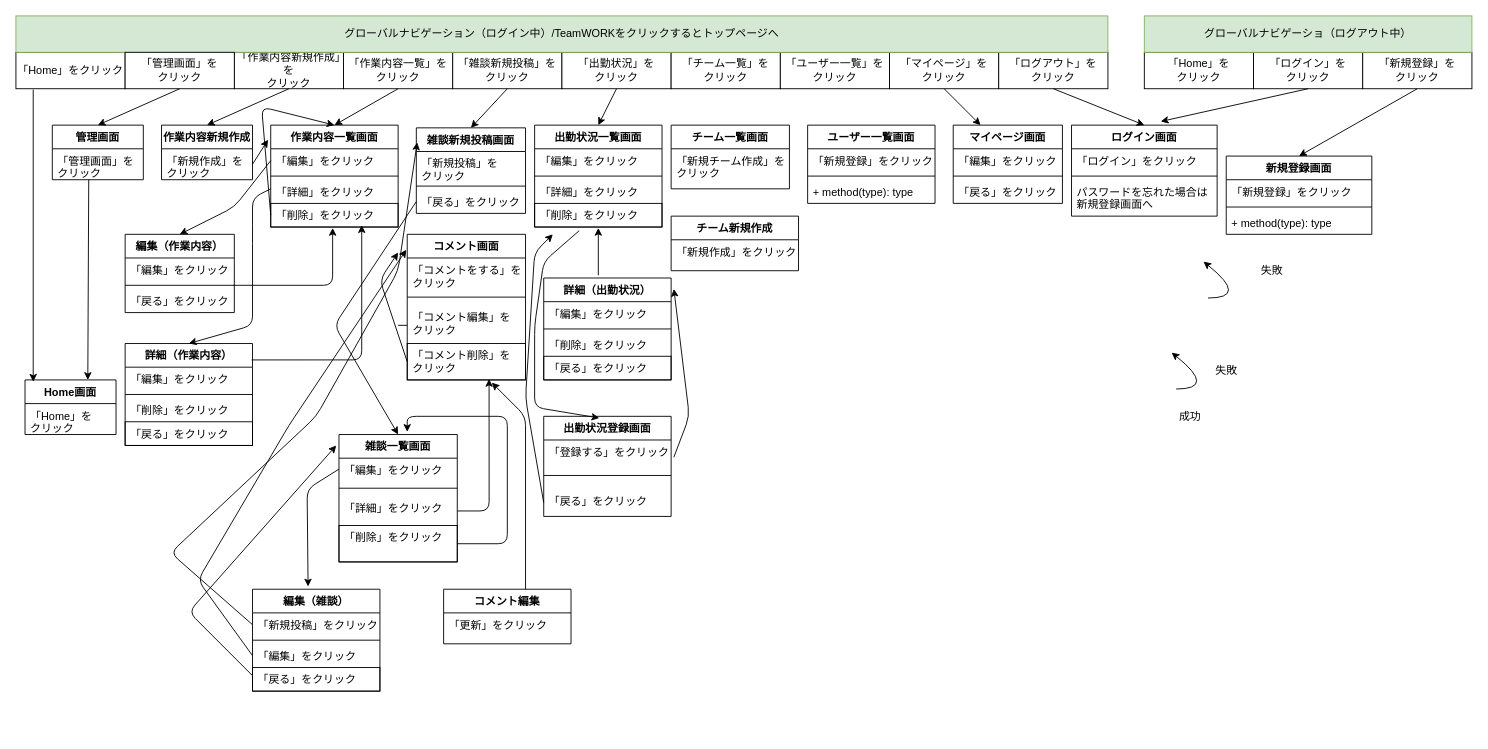
This is Untitled Diagram.drawio from Yumiko777/achieve, a draw.io file, before an edit. Source tidied: cells renumbered, new cells numbered last; positions are measured from the earlier drawing's top-left corner, leaving out a move shared by most shapes. Both pictures are drawn from the tidied source at 91%, with x=0, y=0 at pixel (15, 15).
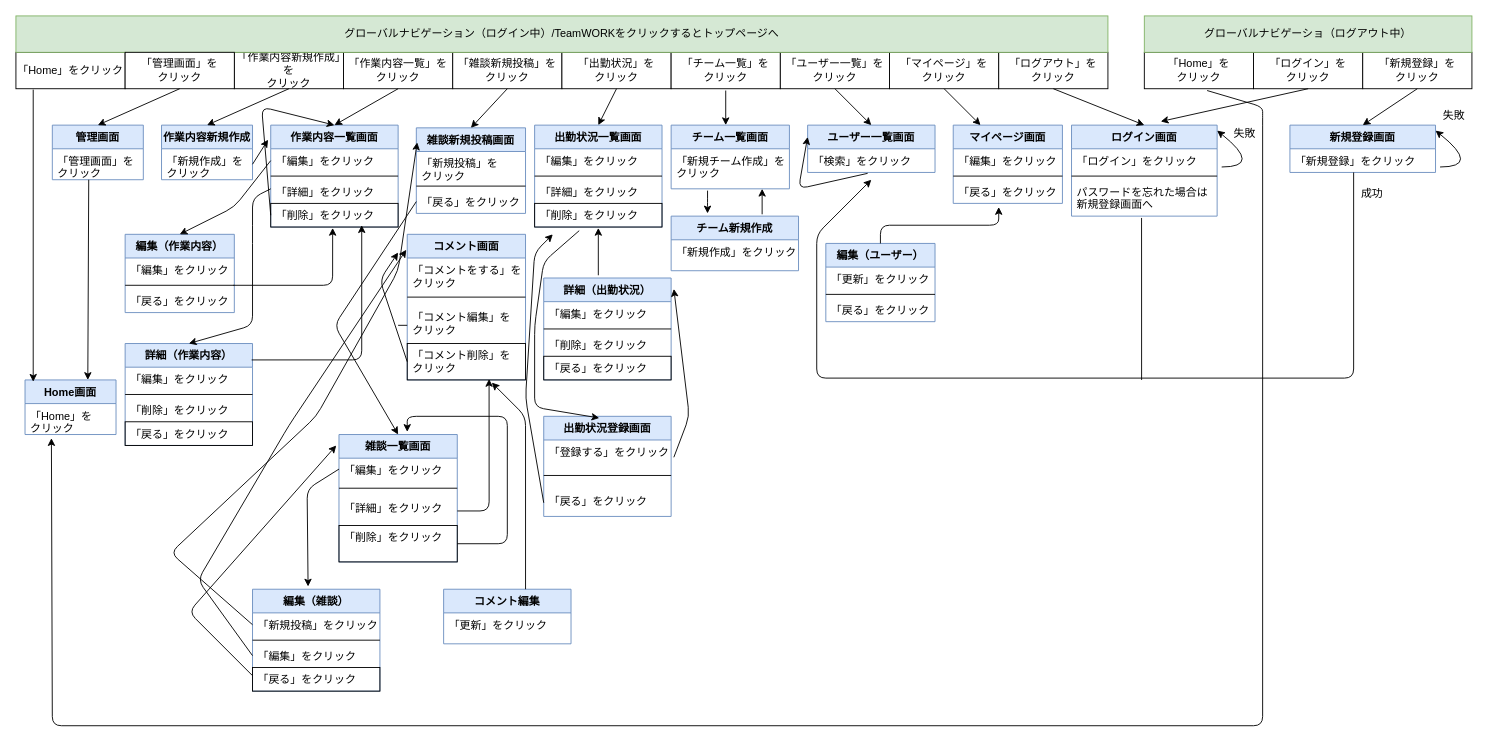
The same diagram, later.

Unchanged cells that the change refers to:
```xml
<mxCell id="13" value="「Home」を&lt;br&gt;クリック" style="rounded=0;whiteSpace=wrap;html=1;" parent="1" vertex="1">
  <mxGeometry x="1240" y="40" width="120" height="40" as="geometry" />
</mxCell>
<mxCell id="20" value="パスワードを忘れた場合は&#10;新規登録画面へ" style="text;strokeColor=none;fillColor=none;align=left;verticalAlign=top;spacingLeft=4;spacingRight=4;overflow=hidden;points=[[0,0.5],[1,0.5]];portConstraint=eastwest;" parent="17" vertex="1">
  <mxGeometry y="60" width="160" height="40" as="geometry" />
</mxCell>
<mxCell id="57" value="「Home」を&#10;クリック" style="text;strokeColor=none;fillColor=none;align=left;verticalAlign=top;spacingLeft=4;spacingRight=4;overflow=hidden;points=[[0,0.5],[1,0.5]];portConstraint=eastwest;" parent="56" vertex="1">
  <mxGeometry y="26" width="100" height="34" as="geometry" />
</mxCell>
<mxCell id="74" value="「新規チーム作成」を&#10;クリック" style="text;strokeColor=none;fillColor=none;align=left;verticalAlign=top;spacingLeft=4;spacingRight=4;overflow=hidden;points=[[0,0.5],[1,0.5]];portConstraint=eastwest;" parent="73" vertex="1">
  <mxGeometry y="26" width="130" height="44" as="geometry" />
</mxCell>
```

The edit, as a diff of the source:
```diff
@@
-    <mxCell id="17" value="ログイン画面" style="swimlane;fontStyle=1;align=center;verticalAlign=top;horizontal=1;startSize=26;" parent="1" vertex="1">
+    <mxCell id="17" value="ログイン画面" style="swimlane;fontStyle=1;align=center;verticalAlign=top;horizontal=1;startSize=26;fillColor=#dae8fc;strokeColor=#6c8ebf;" parent="1" vertex="1">
       <mxGeometry x="1160" y="120" width="160" height="100" as="geometry" />
     </mxCell>
@@
-    <mxCell id="21" value="新規登録画面" style="swimlane;fontStyle=1;align=center;verticalAlign=top;horizontal=1;startSize=26;" parent="1" vertex="1">
-      <mxGeometry x="1330" y="154" width="160" height="86" as="geometry" />
+    <mxCell id="21" value="新規登録画面" style="swimlane;fontStyle=1;align=center;verticalAlign=top;horizontal=1;startSize=26;fillColor=#dae8fc;strokeColor=#6c8ebf;" parent="1" vertex="1">
+      <mxGeometry x="1400" y="120" width="160" height="52" as="geometry" />
     </mxCell>
@@
-    <mxCell id="23" style="line;strokeWidth=1;fillColor=none;align=left;verticalAlign=middle;spacingTop=-1;spacingLeft=3;spacingRight=3;labelPosition=right;" parent="21" vertex="1">
-      <mxGeometry y="52" width="160" height="8" as="geometry" />
-    </mxCell>
-    <mxCell id="24" value="+ method(type): type" style="text;strokeColor=none;fillColor=none;align=left;verticalAlign=top;spacingLeft=4;spacingRight=4;overflow=hidden;" parent="21" vertex="1">
-      <mxGeometry y="60" width="160" height="26" as="geometry" />
-    </mxCell>
@@
     <mxCell id="26" style="curved=1;endArrow=classic;html=1;" parent="1" edge="1">
       <mxGeometry relative="1" as="geometry">
-        <mxPoint x="1275" y="410" as="sourcePoint" />
-        <mxPoint x="1270" y="370" as="targetPoint" />
+        <mxPoint x="1325" y="166" as="sourcePoint" />
+        <mxPoint x="1320" y="126" as="targetPoint" />
         <Array as="points">
-          <mxPoint x="1320" y="410" />
-          <mxPoint x="1270" y="370" />
+          <mxPoint x="1370" y="166" />
+          <mxPoint x="1320" y="126" />
         </Array>
       </mxGeometry>
     </mxCell>
     <mxCell id="27" value="失敗" style="text;html=1;align=center;verticalAlign=middle;strokeColor=none;" parent="1" vertex="1">
-      <mxGeometry x="1310" y="380" width="40" height="20" as="geometry" />
+      <mxGeometry x="1330" y="120" width="40" height="20" as="geometry" />
     </mxCell>
-    <mxCell id="28" value="マイページ画面" style="swimlane;fontStyle=1;align=center;verticalAlign=top;horizontal=1;startSize=26;" parent="1" vertex="1">
+    <mxCell id="28" value="マイページ画面" style="swimlane;fontStyle=1;align=center;verticalAlign=top;horizontal=1;startSize=26;fillColor=#dae8fc;strokeColor=#6c8ebf;" parent="1" vertex="1">
       <mxGeometry x="1030" y="120" width="120" height="86" as="geometry" />
     </mxCell>
@@
-    <mxCell id="33" value="ユーザー一覧画面" style="swimlane;fontStyle=1;align=center;verticalAlign=top;horizontal=1;startSize=26;" parent="1" vertex="1">
-      <mxGeometry x="870" y="120" width="140" height="86" as="geometry" />
+    <mxCell id="33" value="ユーザー一覧画面" style="swimlane;fontStyle=1;align=center;verticalAlign=top;horizontal=1;startSize=26;fillColor=#dae8fc;strokeColor=#6c8ebf;" parent="1" vertex="1">
+      <mxGeometry x="870" y="120" width="140" height="52" as="geometry" />
     </mxCell>
-    <mxCell id="34" value="「新規登録」をクリック" style="text;strokeColor=none;fillColor=none;align=left;verticalAlign=top;spacingLeft=4;spacingRight=4;overflow=hidden;points=[[0,0.5],[1,0.5]];portConstraint=eastwest;" parent="33" vertex="1">
+    <mxCell id="34" value="「検索」をクリック" style="text;strokeColor=none;fillColor=none;align=left;verticalAlign=top;spacingLeft=4;spacingRight=4;overflow=hidden;points=[[0,0.5],[1,0.5]];portConstraint=eastwest;" parent="33" vertex="1">
       <mxGeometry y="26" width="140" height="26" as="geometry" />
     </mxCell>
-    <mxCell id="35" style="line;strokeWidth=1;fillColor=none;align=left;verticalAlign=middle;spacingTop=-1;spacingLeft=3;spacingRight=3;labelPosition=right;" parent="33" vertex="1">
-      <mxGeometry y="52" width="140" height="8" as="geometry" />
-    </mxCell>
-    <mxCell id="36" value="+ method(type): type" style="text;strokeColor=none;fillColor=none;align=left;verticalAlign=top;spacingLeft=4;spacingRight=4;overflow=hidden;" parent="33" vertex="1">
-      <mxGeometry y="60" width="140" height="26" as="geometry" />
-    </mxCell>
+    <mxCell id="138" style="endArrow=classic;html=1;exitX=0.471;exitY=1.038;exitDx=0;exitDy=0;exitPerimeter=0;entryX=0;entryY=0.25;entryDx=0;entryDy=0;" parent="33" edge="1" source="34" target="33">
+      <mxGeometry relative="1" as="geometry">
+        <Array as="points">
+          <mxPoint x="-10" y="70" />
+        </Array>
+      </mxGeometry>
+    </mxCell>
-    <mxCell id="37" value="出勤状況登録画面" style="swimlane;fontStyle=1;align=center;verticalAlign=top;horizontal=1;startSize=26;" parent="1" vertex="1">
+    <mxCell id="37" value="出勤状況登録画面" style="swimlane;fontStyle=1;align=center;verticalAlign=top;horizontal=1;startSize=26;fillColor=#dae8fc;strokeColor=#6c8ebf;" parent="1" vertex="1">
       <mxGeometry x="580" y="440" width="140" height="110" as="geometry" />
     </mxCell>
@@
-    <mxCell id="41" value="作業内容一覧画面" style="swimlane;fontStyle=1;align=center;verticalAlign=top;horizontal=1;startSize=26;" parent="1" vertex="1">
+    <mxCell id="41" value="作業内容一覧画面" style="swimlane;fontStyle=1;align=center;verticalAlign=top;horizontal=1;startSize=26;fillColor=#dae8fc;strokeColor=#6c8ebf;" parent="1" vertex="1">
       <mxGeometry x="280" y="120" width="140" height="112" as="geometry" />
     </mxCell>
@@
-    <mxCell id="46" value="作業内容新規作成" style="swimlane;fontStyle=1;align=center;verticalAlign=top;horizontal=1;startSize=26;" parent="1" vertex="1">
+    <mxCell id="46" value="作業内容新規作成" style="swimlane;fontStyle=1;align=center;verticalAlign=top;horizontal=1;startSize=26;fillColor=#dae8fc;strokeColor=#6c8ebf;" parent="1" vertex="1">
       <mxGeometry x="160" y="120" width="100" height="60" as="geometry" />
     </mxCell>
@@
     <mxCell id="49" value="成功" style="text;html=1;align=center;verticalAlign=middle;strokeColor=none;" parent="1" vertex="1">
-      <mxGeometry x="1270" y="430" width="40" height="20" as="geometry" />
+      <mxGeometry x="1470" y="186" width="40" height="20" as="geometry" />
     </mxCell>
     <mxCell id="50" style="curved=1;endArrow=classic;html=1;" parent="1" edge="1">
       <mxGeometry relative="1" as="geometry">
-        <mxPoint x="1310" y="310" as="sourcePoint" />
-        <mxPoint x="1305" y="270" as="targetPoint" />
+        <mxPoint x="1565" y="166" as="sourcePoint" />
+        <mxPoint x="1560" y="126" as="targetPoint" />
         <Array as="points">
-          <mxPoint x="1355" y="310" />
-          <mxPoint x="1305" y="270" />
+          <mxPoint x="1610" y="166" />
+          <mxPoint x="1560" y="126" />
         </Array>
       </mxGeometry>
     </mxCell>
     <mxCell id="51" value="失敗" style="text;html=1;align=center;verticalAlign=middle;strokeColor=none;" parent="1" vertex="1">
-      <mxGeometry x="1360" y="270" width="40" height="20" as="geometry" />
+      <mxGeometry x="1560" y="100" width="40" height="20" as="geometry" />
     </mxCell>
@@
-    <mxCell id="56" value="Home画面" style="swimlane;fontStyle=1;align=center;verticalAlign=top;horizontal=1;startSize=26;" parent="1" vertex="1">
+    <mxCell id="56" value="Home画面" style="swimlane;fontStyle=1;align=center;verticalAlign=top;horizontal=1;startSize=26;fillColor=#dae8fc;strokeColor=#6c8ebf;" parent="1" vertex="1">
       <mxGeometry x="10" y="400" width="100" height="60" as="geometry" />
     </mxCell>
@@
-    <mxCell id="59" value="管理画面" style="swimlane;fontStyle=1;align=center;verticalAlign=top;horizontal=1;startSize=26;" parent="1" vertex="1">
+    <mxCell id="59" value="管理画面" style="swimlane;fontStyle=1;align=center;verticalAlign=top;horizontal=1;startSize=26;fillColor=#dae8fc;strokeColor=#6c8ebf;" parent="1" vertex="1">
       <mxGeometry x="40" y="120" width="100" height="60" as="geometry" />
     </mxCell>
@@
-    <mxCell id="62" value="コメント画面" style="swimlane;fontStyle=1;align=center;verticalAlign=top;horizontal=1;startSize=26;" parent="1" vertex="1">
+    <mxCell id="62" value="コメント画面" style="swimlane;fontStyle=1;align=center;verticalAlign=top;horizontal=1;startSize=26;fillColor=#dae8fc;strokeColor=#6c8ebf;" parent="1" vertex="1">
       <mxGeometry x="430" y="240" width="130" height="160" as="geometry" />
     </mxCell>
@@
-    <mxCell id="68" value="出勤状況一覧画面" style="swimlane;fontStyle=1;align=center;verticalAlign=top;horizontal=1;startSize=26;" parent="1" vertex="1">
+    <mxCell id="68" value="出勤状況一覧画面" style="swimlane;fontStyle=1;align=center;verticalAlign=top;horizontal=1;startSize=26;fillColor=#dae8fc;strokeColor=#6c8ebf;" parent="1" vertex="1">
       <mxGeometry x="570" y="120" width="140" height="112" as="geometry" />
     </mxCell>
@@
-    <mxCell id="73" value="チーム一覧画面" style="swimlane;fontStyle=1;align=center;verticalAlign=top;horizontal=1;startSize=26;" parent="1" vertex="1">
+    <mxCell id="73" value="チーム一覧画面" style="swimlane;fontStyle=1;align=center;verticalAlign=top;horizontal=1;startSize=26;fillColor=#dae8fc;strokeColor=#6c8ebf;" parent="1" vertex="1">
       <mxGeometry x="720" y="120" width="130" height="70" as="geometry" />
     </mxCell>
@@
-    <mxCell id="76" value="チーム新規作成" style="swimlane;fontStyle=1;align=center;verticalAlign=top;horizontal=1;startSize=26;" parent="1" vertex="1">
+    <mxCell id="76" value="チーム新規作成" style="swimlane;fontStyle=1;align=center;verticalAlign=top;horizontal=1;startSize=26;fillColor=#dae8fc;strokeColor=#6c8ebf;" parent="1" vertex="1">
       <mxGeometry x="720" y="220" width="140" height="60" as="geometry" />
     </mxCell>
@@
-    <mxCell id="84" value="編集（作業内容）" style="swimlane;fontStyle=1;align=center;verticalAlign=top;horizontal=1;startSize=26;" parent="1" vertex="1">
+    <mxCell id="84" value="編集（作業内容）" style="swimlane;fontStyle=1;align=center;verticalAlign=top;horizontal=1;startSize=26;fillColor=#dae8fc;strokeColor=#6c8ebf;" parent="1" vertex="1">
       <mxGeometry x="120" y="240" width="120" height="86" as="geometry" />
     </mxCell>
@@
-    <mxCell id="89" value="詳細（作業内容）" style="swimlane;fontStyle=1;align=center;verticalAlign=top;horizontal=1;startSize=26;" parent="1" vertex="1">
+    <mxCell id="89" value="詳細（作業内容）" style="swimlane;fontStyle=1;align=center;verticalAlign=top;horizontal=1;startSize=26;fillColor=#dae8fc;strokeColor=#6c8ebf;" parent="1" vertex="1">
       <mxGeometry x="120" y="360" width="140" height="112" as="geometry" />
     </mxCell>
@@
-    <mxCell id="99" value="雑談新規投稿画面" style="swimlane;fontStyle=1;align=center;verticalAlign=top;horizontal=1;startSize=26;" parent="1" vertex="1">
+    <mxCell id="99" value="雑談新規投稿画面" style="swimlane;fontStyle=1;align=center;verticalAlign=top;horizontal=1;startSize=26;fillColor=#dae8fc;strokeColor=#6c8ebf;" parent="1" vertex="1">
       <mxGeometry x="440" y="123" width="120" height="94" as="geometry" />
     </mxCell>
@@
-    <mxCell id="104" value="雑談一覧画面" style="swimlane;fontStyle=1;align=center;verticalAlign=top;horizontal=1;startSize=26;" parent="1" vertex="1">
+    <mxCell id="104" value="雑談一覧画面" style="swimlane;fontStyle=1;align=center;verticalAlign=top;horizontal=1;startSize=26;fillColor=#dae8fc;strokeColor=#6c8ebf;" parent="1" vertex="1">
       <mxGeometry x="355" y="460" width="130" height="140" as="geometry" />
     </mxCell>
@@
-    <mxCell id="111" value="編集（雑談）" style="swimlane;fontStyle=1;align=center;verticalAlign=top;horizontal=1;startSize=26;" parent="1" vertex="1">
+    <mxCell id="111" value="編集（雑談）" style="swimlane;fontStyle=1;align=center;verticalAlign=top;horizontal=1;startSize=26;fillColor=#dae8fc;strokeColor=#6c8ebf;" parent="1" vertex="1">
       <mxGeometry x="260" y="630" width="140" height="112" as="geometry" />
     </mxCell>
@@
-    <mxCell id="123" value="コメント編集" style="swimlane;fontStyle=1;align=center;verticalAlign=top;horizontal=1;startSize=26;" parent="1" vertex="1">
+    <mxCell id="123" value="コメント編集" style="swimlane;fontStyle=1;align=center;verticalAlign=top;horizontal=1;startSize=26;fillColor=#dae8fc;strokeColor=#6c8ebf;" parent="1" vertex="1">
       <mxGeometry x="470" y="630" width="140" height="60" as="geometry" />
     </mxCell>
@@
-    <mxCell id="129" value="詳細（出勤状況）" style="swimlane;fontStyle=1;align=center;verticalAlign=top;horizontal=1;startSize=26;" parent="1" vertex="1">
+    <mxCell id="129" value="詳細（出勤状況）" style="swimlane;fontStyle=1;align=center;verticalAlign=top;horizontal=1;startSize=26;fillColor=#dae8fc;strokeColor=#6c8ebf;" parent="1" vertex="1">
       <mxGeometry x="580" y="288" width="140" height="112" as="geometry" />
     </mxCell>
@@
+    <mxCell id="139" style="endArrow=classic;html=1;" parent="1" edge="1">
+      <mxGeometry relative="1" as="geometry">
+        <mxPoint x="780" y="82" as="sourcePoint" />
+        <mxPoint x="780" y="120" as="targetPoint" />
+      </mxGeometry>
+    </mxCell>
+    <mxCell id="140" style="endArrow=classic;html=1;exitX=0.308;exitY=1.045;exitDx=0;exitDy=0;exitPerimeter=0;" parent="1" edge="1" source="74">
+      <mxGeometry relative="1" as="geometry">
+        <mxPoint x="760" y="217" as="targetPoint" />
+        <Array as="points">
+          <mxPoint x="760" y="210" />
+        </Array>
+      </mxGeometry>
+    </mxCell>
+    <mxCell id="141" style="endArrow=classic;html=1;" parent="1" edge="1">
+      <mxGeometry relative="1" as="geometry">
+        <mxPoint x="820" y="218" as="sourcePoint" />
+        <mxPoint x="820" y="190" as="targetPoint" />
+      </mxGeometry>
+    </mxCell>
+    <mxCell id="142" style="endArrow=classic;html=1;entryX=0.5;entryY=0;entryDx=0;entryDy=0;" parent="1" edge="1" target="33">
+      <mxGeometry relative="1" as="geometry">
+        <mxPoint x="900" y="80" as="sourcePoint" />
+      </mxGeometry>
+    </mxCell>
+    <mxCell id="143" value="編集（ユーザー）" style="swimlane;fontStyle=1;align=center;verticalAlign=top;horizontal=1;startSize=26;fillColor=#dae8fc;strokeColor=#6c8ebf;" parent="1" vertex="1">
+      <mxGeometry x="890" y="250" width="120" height="86" as="geometry" />
+    </mxCell>
+    <mxCell id="144" value="「更新」をクリック" style="text;strokeColor=none;fillColor=none;align=left;verticalAlign=top;spacingLeft=4;spacingRight=4;overflow=hidden;" parent="143" vertex="1">
+      <mxGeometry y="26" width="120" height="26" as="geometry" />
+    </mxCell>
+    <mxCell id="145" style="line;strokeWidth=1;fillColor=none;align=left;verticalAlign=middle;spacingTop=-1;spacingLeft=3;spacingRight=3;labelPosition=right;" parent="143" vertex="1">
+      <mxGeometry y="52" width="120" height="8" as="geometry" />
+    </mxCell>
+    <mxCell id="146" value="「戻る」をクリック" style="text;strokeColor=none;fillColor=none;align=left;verticalAlign=top;spacingLeft=4;spacingRight=4;overflow=hidden;" parent="143" vertex="1">
+      <mxGeometry y="60" width="120" height="26" as="geometry" />
+    </mxCell>
+    <mxCell id="147" style="endArrow=classic;html=1;exitX=0.5;exitY=0;exitDx=0;exitDy=0;" parent="1" edge="1" source="143">
+      <mxGeometry relative="1" as="geometry">
+        <mxPoint x="1080" y="210" as="targetPoint" />
+        <Array as="points">
+          <mxPoint x="950" y="230" />
+          <mxPoint x="1080" y="230" />
+        </Array>
+      </mxGeometry>
+    </mxCell>
+    <mxCell id="148" style="endArrow=classic;html=1;" parent="1" edge="1">
+      <mxGeometry relative="1" as="geometry">
+        <mxPoint x="1470" y="172" as="sourcePoint" />
+        <mxPoint x="940" y="180" as="targetPoint" />
+        <Array as="points">
+          <mxPoint x="1470" y="398" />
+          <mxPoint x="880" y="398" />
+          <mxPoint x="880" y="240" />
+        </Array>
+      </mxGeometry>
+    </mxCell>
+    <mxCell id="149" style="endArrow=none;html=1;entryX=0.481;entryY=1.05;entryDx=0;entryDy=0;entryPerimeter=0;" parent="1" edge="1" target="20">
+      <mxGeometry relative="1" as="geometry">
+        <mxPoint x="1237" y="400" as="sourcePoint" />
+      </mxGeometry>
+    </mxCell>
+    <mxCell id="150" style="endArrow=classic;html=1;exitX=0.575;exitY=1.05;exitDx=0;exitDy=0;exitPerimeter=0;entryX=0.29;entryY=1.118;entryDx=0;entryDy=0;entryPerimeter=0;" parent="1" edge="1" source="13" target="57">
+      <mxGeometry relative="1" as="geometry">
+        <Array as="points">
+          <mxPoint x="1370" y="100" />
+          <mxPoint x="1370" y="110" />
+          <mxPoint x="1370" y="780" />
+          <mxPoint x="40" y="780" />
+        </Array>
+      </mxGeometry>
+    </mxCell>
```
